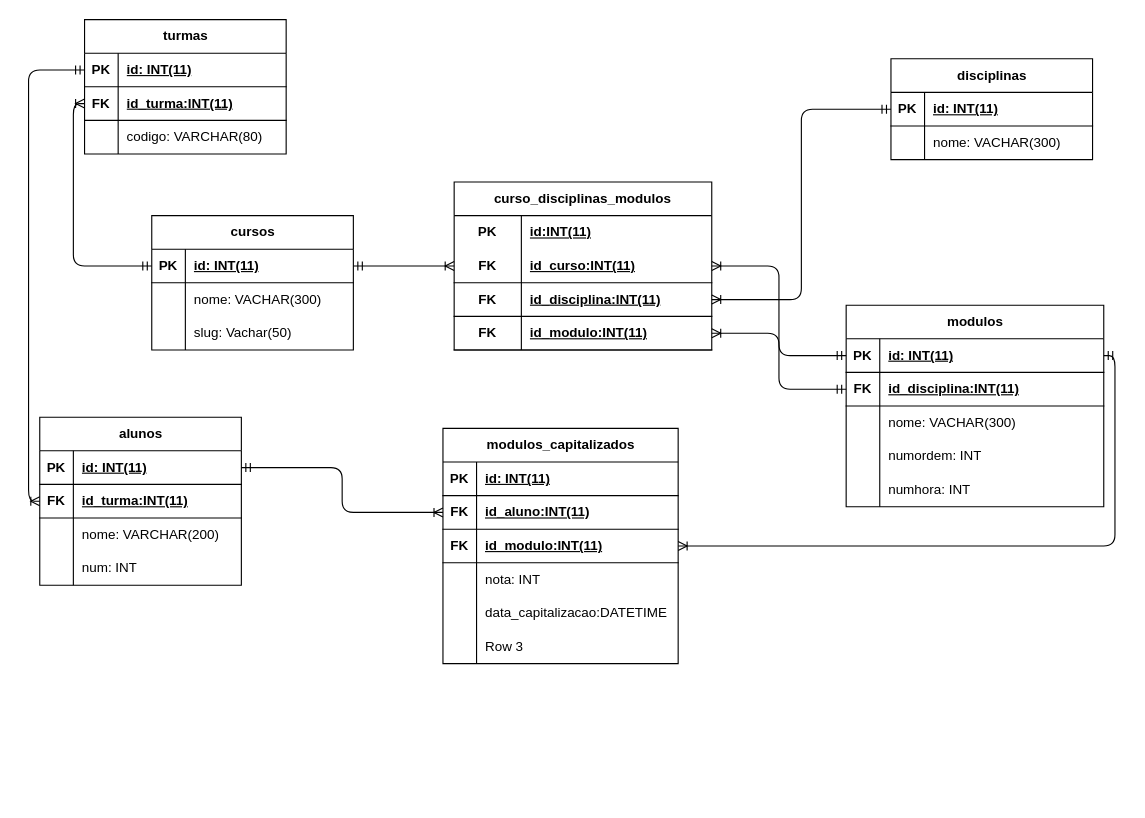
This is Gestor-de-Modulos/gdm_modelo_er.drawio from Henrique-Morais1/Mod15-trabalho_final, a draw.io file, before an edit. Source tidied: cells renumbered, new cells numbered last; positions are measured from the earlier drawing's top-left corner, leaving out a move shared by most shapes. Both pictures are drawn from the tidied source at 112%, with x=0, y=0 at pixel (39, 19).
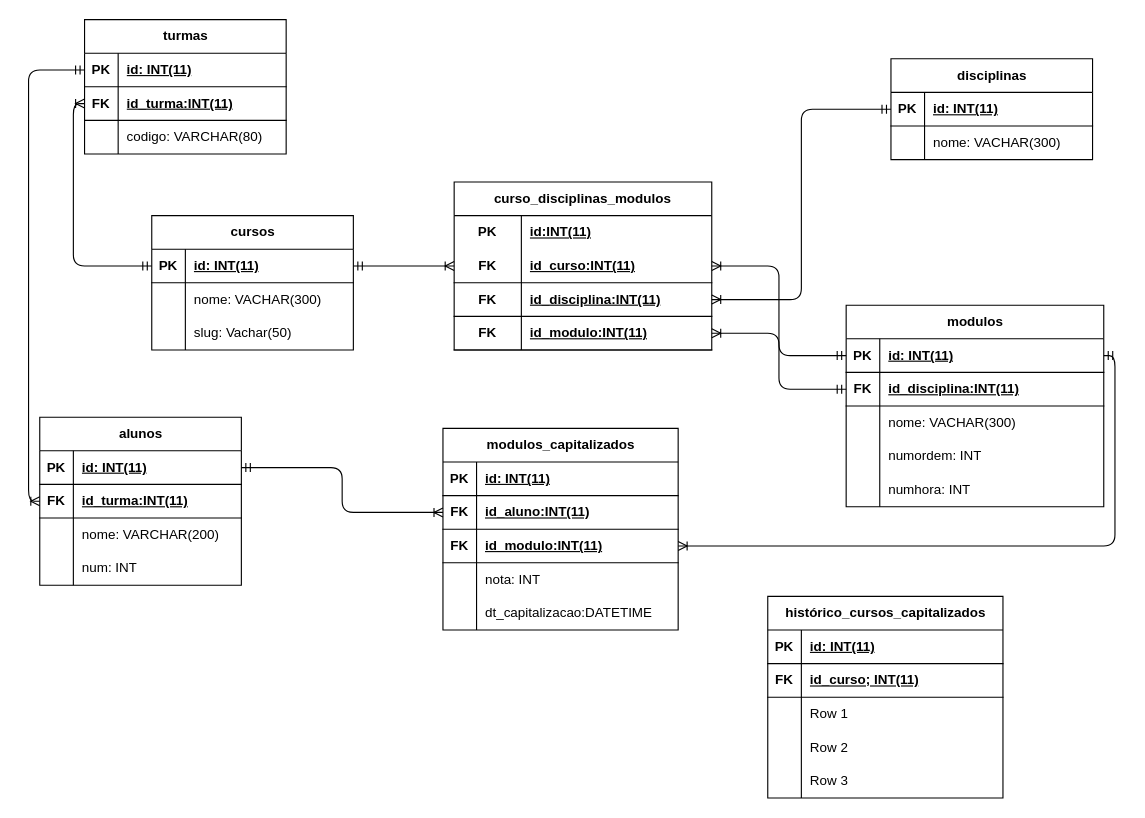
The same page after the edit.

Unchanged cells that the change refers to:
```xml
<mxCell id="71" style="shape=tableRow;horizontal=0;startSize=0;swimlaneHead=0;swimlaneBody=0;fillColor=none;top=0;left=0;right=0;bottom=0;" parent="58" vertex="1">
  <mxGeometry y="150" width="210" height="30" as="geometry" />
</mxCell>
```

Change to the diagram source:
```diff
@@
     <mxCell id="58" value="modulos_capitalizados" style="shape=table;startSize=30;childLayout=tableLayout;rowLines=0;fontStyle=1;align=center;html=1;" parent="1" vertex="1">
-      <mxGeometry x="360" y="365" width="210" height="210" as="geometry" />
+      <mxGeometry x="360" y="365" width="210" height="180" as="geometry" />
     </mxCell>
@@
-    <mxCell id="73" value="data_capitalizacao:DATETIME" style="shape=partialRectangle;fillColor=none;top=0;left=0;bottom=0;right=0;align=left;spacingLeft=6;overflow=hidden;whiteSpace=wrap;html=1;" parent="71" vertex="1">
+    <mxCell id="73" value="dt_capitalizacao:DATETIME" style="shape=partialRectangle;fillColor=none;top=0;left=0;bottom=0;right=0;align=left;spacingLeft=6;overflow=hidden;whiteSpace=wrap;html=1;" parent="71" vertex="1">
       <mxGeometry x="30" width="180" height="30" as="geometry" />
     </mxCell>
-    <mxCell id="74" style="shape=tableRow;horizontal=0;startSize=0;swimlaneHead=0;swimlaneBody=0;fillColor=none;top=0;left=0;right=0;bottom=0;" parent="58" vertex="1">
-      <mxGeometry y="180" width="210" height="30" as="geometry" />
-    </mxCell>
-    <mxCell id="75" style="shape=partialRectangle;fillColor=none;top=0;left=0;bottom=0;right=0;overflow=hidden;whiteSpace=wrap;html=1;" parent="74" vertex="1">
-      <mxGeometry width="30" height="30" as="geometry" />
-    </mxCell>
-    <mxCell id="76" value="Row 3" style="shape=partialRectangle;fillColor=none;top=0;left=0;bottom=0;right=0;align=left;spacingLeft=6;overflow=hidden;whiteSpace=wrap;html=1;" parent="74" vertex="1">
-      <mxGeometry x="30" width="180" height="30" as="geometry" />
-    </mxCell>
@@
+    <mxCell id="98" value="histórico_curs&lt;span style=&quot;color: rgb(0, 0, 0);&quot;&gt;os_capitalizados&lt;/span&gt;" style="shape=table;startSize=30;childLayout=tableLayout;rowLines=0;fontStyle=1;align=center;html=1;" parent="1" vertex="1">
+      <mxGeometry x="650" y="515" width="210" height="180" as="geometry" />
+    </mxCell>
+    <mxCell id="99" style="shape=tableRow;horizontal=0;startSize=0;swimlaneHead=0;swimlaneBody=0;fillColor=none;top=0;left=0;right=0;bottom=1;" parent="98" vertex="1">
+      <mxGeometry y="30" width="210" height="30" as="geometry" />
+    </mxCell>
+    <mxCell id="100" value="PK" style="shape=partialRectangle;fillColor=none;top=0;left=0;bottom=0;right=0;fontStyle=1;overflow=hidden;whiteSpace=wrap;html=1;" parent="99" vertex="1">
+      <mxGeometry width="30" height="30" as="geometry" />
+    </mxCell>
+    <mxCell id="101" value="id: INT(11)" style="shape=partialRectangle;fillColor=none;top=0;left=0;bottom=0;right=0;align=left;spacingLeft=6;fontStyle=5;overflow=hidden;whiteSpace=wrap;html=1;" parent="99" vertex="1">
+      <mxGeometry x="30" width="180" height="30" as="geometry" />
+    </mxCell>
+    <mxCell id="102" style="shape=tableRow;horizontal=0;startSize=0;swimlaneHead=0;swimlaneBody=0;fillColor=none;top=0;left=0;right=0;bottom=1;" parent="98" vertex="1">
+      <mxGeometry y="60" width="210" height="30" as="geometry" />
+    </mxCell>
+    <mxCell id="103" value="FK" style="shape=partialRectangle;fillColor=none;top=0;left=0;bottom=0;right=0;fontStyle=1;overflow=hidden;whiteSpace=wrap;html=1;" parent="102" vertex="1">
+      <mxGeometry width="30" height="30" as="geometry" />
+    </mxCell>
+    <mxCell id="104" value="id_curso; INT(11)" style="shape=partialRectangle;fillColor=none;top=0;left=0;bottom=0;right=0;align=left;spacingLeft=6;fontStyle=5;overflow=hidden;whiteSpace=wrap;html=1;" parent="102" vertex="1">
+      <mxGeometry x="30" width="180" height="30" as="geometry" />
+    </mxCell>
+    <mxCell id="105" style="shape=tableRow;horizontal=0;startSize=0;swimlaneHead=0;swimlaneBody=0;fillColor=none;top=0;left=0;right=0;bottom=0;" parent="98" vertex="1">
+      <mxGeometry y="90" width="210" height="30" as="geometry" />
+    </mxCell>
+    <mxCell id="106" style="shape=partialRectangle;fillColor=none;top=0;left=0;bottom=0;right=0;overflow=hidden;whiteSpace=wrap;html=1;" parent="105" vertex="1">
+      <mxGeometry width="30" height="30" as="geometry" />
+    </mxCell>
+    <mxCell id="107" value="Row 1" style="shape=partialRectangle;fillColor=none;top=0;left=0;bottom=0;right=0;align=left;spacingLeft=6;overflow=hidden;whiteSpace=wrap;html=1;" parent="105" vertex="1">
+      <mxGeometry x="30" width="180" height="30" as="geometry" />
+    </mxCell>
+    <mxCell id="108" style="shape=tableRow;horizontal=0;startSize=0;swimlaneHead=0;swimlaneBody=0;fillColor=none;top=0;left=0;right=0;bottom=0;" parent="98" vertex="1">
+      <mxGeometry y="120" width="210" height="30" as="geometry" />
+    </mxCell>
+    <mxCell id="109" style="shape=partialRectangle;fillColor=none;top=0;left=0;bottom=0;right=0;overflow=hidden;whiteSpace=wrap;html=1;" parent="108" vertex="1">
+      <mxGeometry width="30" height="30" as="geometry" />
+    </mxCell>
+    <mxCell id="110" value="Row 2" style="shape=partialRectangle;fillColor=none;top=0;left=0;bottom=0;right=0;align=left;spacingLeft=6;overflow=hidden;whiteSpace=wrap;html=1;" parent="108" vertex="1">
+      <mxGeometry x="30" width="180" height="30" as="geometry" />
+    </mxCell>
+    <mxCell id="111" style="shape=tableRow;horizontal=0;startSize=0;swimlaneHead=0;swimlaneBody=0;fillColor=none;top=0;left=0;right=0;bottom=0;" parent="98" vertex="1">
+      <mxGeometry y="150" width="210" height="30" as="geometry" />
+    </mxCell>
+    <mxCell id="112" style="shape=partialRectangle;fillColor=none;top=0;left=0;bottom=0;right=0;overflow=hidden;whiteSpace=wrap;html=1;" parent="111" vertex="1">
+      <mxGeometry width="30" height="30" as="geometry" />
+    </mxCell>
+    <mxCell id="76" value="Row 3" style="shape=partialRectangle;fillColor=none;top=0;left=0;bottom=0;right=0;align=left;spacingLeft=6;overflow=hidden;whiteSpace=wrap;html=1;" parent="111" vertex="1">
+      <mxGeometry x="30" width="180" height="30" as="geometry" />
+    </mxCell>
```
